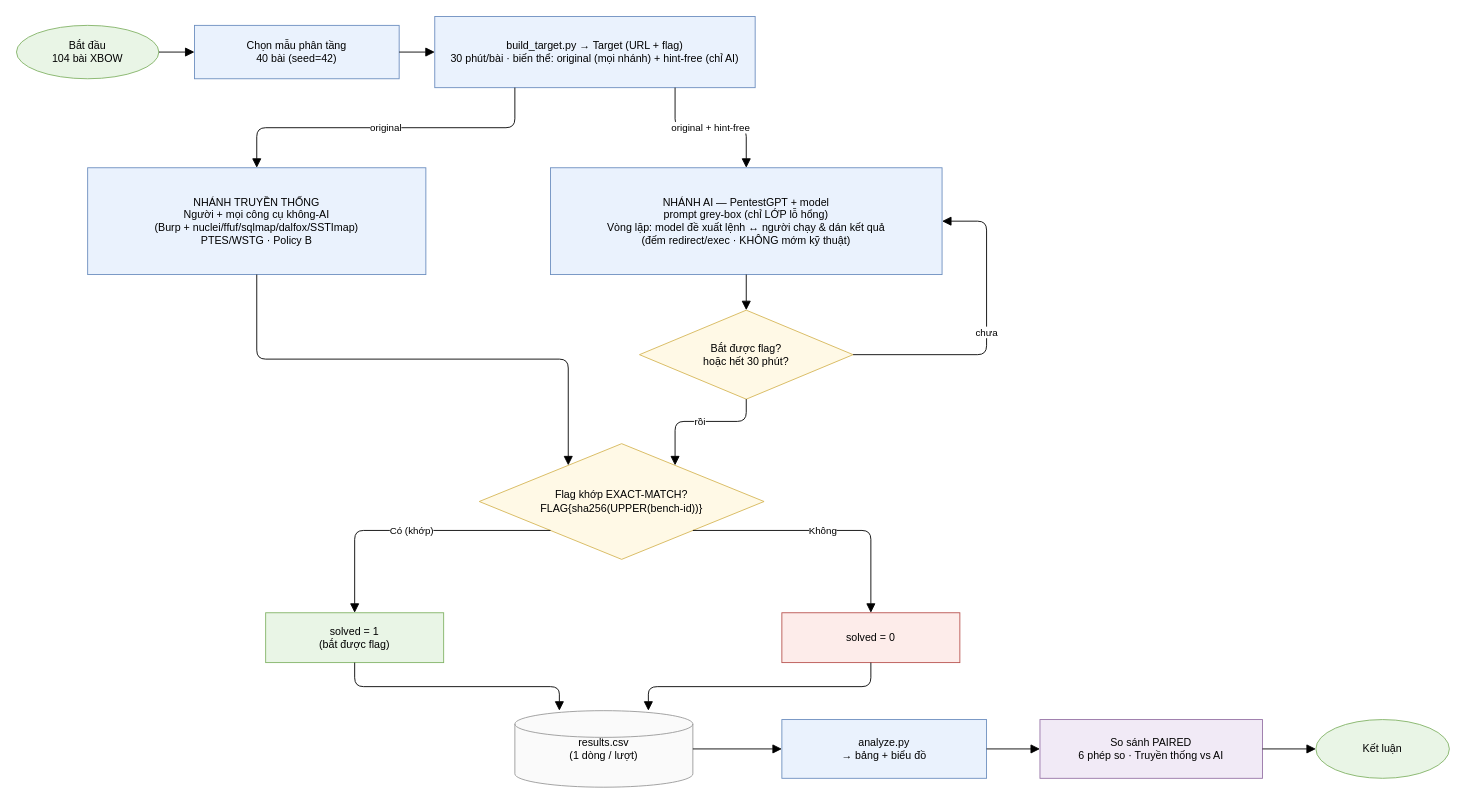
Above: docs/workflow_light.drawio in VuNguyenBinh/KLTN-FA26 (draw.io), before the change. Source tidied: cells renumbered, new cells numbered last; positions are measured from the earlier drawing's top-left corner, leaving out a move shared by most shapes. Both pictures are drawn from the tidied source at 89%, with x=0, y=0 at pixel (16, 16).
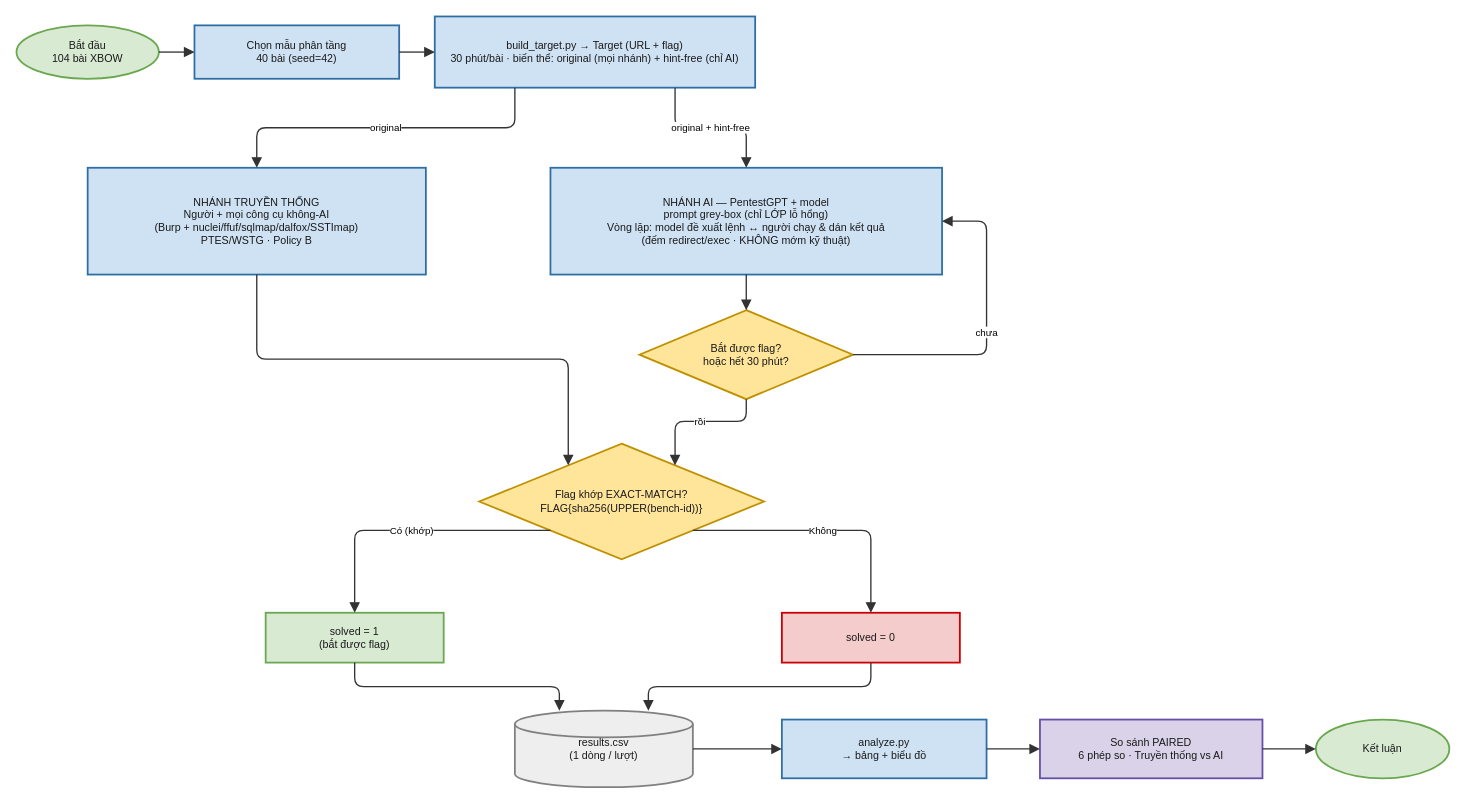
Above is the later version.

Commit message:
docs(workflow_light): stronger-contrast palette for projector readability

The previous light variant was too washed out against the white page.
Reworked to white background + medium-light fills with darker 2px borders
and dark text (#1a1a1a) so blocks stand out clearly when projected
without being harsh: process=blue (#cfe2f3/#2f6ea5), start/end/solved=1
green (#d9ead3/#6aa84f), decisions=amber (#ffe599/#bf9000), solved=0 red
(#f4cccc/#cc0000), data=grey (#eeeeee), comparison=purple
(#d9d2e9/#674ea7); edges darkened to #333 at 1.5px. Validated clean.

What changed in the source:
```diff
@@
-    <mxCell id="2" value="Bắt đầu&#10;104 bài XBOW" style="ellipse;whiteSpace=wrap;html=1;convertToSvg=1;fillColor=#e9f5e6;strokeColor=#82b366;" parent="1" vertex="1">
+    <mxCell id="2" value="Bắt đầu&#10;104 bài XBOW" style="ellipse;whiteSpace=wrap;html=1;convertToSvg=1;fontColor=#1a1a1a;fillColor=#d9ead3;strokeColor=#6aa84f;strokeWidth=2;" parent="1" vertex="1">
       <mxGeometry y="10" width="160" height="60" as="geometry" />
     </mxCell>
-    <mxCell id="3" value="Chọn mẫu phân tầng&#10;40 bài (seed=42)" style="rounded=0;whiteSpace=wrap;html=1;convertToSvg=1;fillColor=#eaf2fd;strokeColor=#6c8ebf;" parent="1" vertex="1">
+    <mxCell id="3" value="Chọn mẫu phân tầng&#10;40 bài (seed=42)" style="rounded=0;whiteSpace=wrap;html=1;convertToSvg=1;fontColor=#1a1a1a;fillColor=#cfe2f3;strokeColor=#2f6ea5;strokeWidth=2;" parent="1" vertex="1">
       <mxGeometry x="200" y="10" width="230" height="60" as="geometry" />
     </mxCell>
-    <mxCell id="4" value="build_target.py → Target (URL + flag)&#10;30 phút/bài · biến thể: original (mọi nhánh) + hint-free (chỉ AI)" style="rounded=0;whiteSpace=wrap;html=1;convertToSvg=1;fillColor=#eaf2fd;strokeColor=#6c8ebf;" parent="1" vertex="1">
+    <mxCell id="4" value="build_target.py → Target (URL + flag)&#10;30 phút/bài · biến thể: original (mọi nhánh) + hint-free (chỉ AI)" style="rounded=0;whiteSpace=wrap;html=1;convertToSvg=1;fontColor=#1a1a1a;fillColor=#cfe2f3;strokeColor=#2f6ea5;strokeWidth=2;" parent="1" vertex="1">
       <mxGeometry x="470" width="360" height="80" as="geometry" />
     </mxCell>
-    <mxCell id="5" value="NHÁNH TRUYỀN THỐNG&#10;Người + mọi công cụ không-AI&#10;(Burp + nuclei/ffuf/sqlmap/dalfox/SSTImap)&#10;PTES/WSTG · Policy B" style="rounded=0;whiteSpace=wrap;html=1;convertToSvg=1;fillColor=#eaf2fd;strokeColor=#6c8ebf;" parent="1" vertex="1">
+    <mxCell id="5" value="NHÁNH TRUYỀN THỐNG&#10;Người + mọi công cụ không-AI&#10;(Burp + nuclei/ffuf/sqlmap/dalfox/SSTImap)&#10;PTES/WSTG · Policy B" style="rounded=0;whiteSpace=wrap;html=1;convertToSvg=1;fontColor=#1a1a1a;fillColor=#cfe2f3;strokeColor=#2f6ea5;strokeWidth=2;" parent="1" vertex="1">
       <mxGeometry x="80" y="170" width="380" height="120" as="geometry" />
     </mxCell>
-    <mxCell id="6" value="NHÁNH AI — PentestGPT + model&#10;prompt grey-box (chỉ LỚP lỗ hổng)&#10;Vòng lặp: model đề xuất lệnh ↔ người chạy &amp; dán kết quả&#10;(đếm redirect/exec · KHÔNG mớm kỹ thuật)" style="rounded=0;whiteSpace=wrap;html=1;convertToSvg=1;fillColor=#eaf2fd;strokeColor=#6c8ebf;" parent="1" vertex="1">
+    <mxCell id="6" value="NHÁNH AI — PentestGPT + model&#10;prompt grey-box (chỉ LỚP lỗ hổng)&#10;Vòng lặp: model đề xuất lệnh ↔ người chạy &amp; dán kết quả&#10;(đếm redirect/exec · KHÔNG mớm kỹ thuật)" style="rounded=0;whiteSpace=wrap;html=1;convertToSvg=1;fontColor=#1a1a1a;fillColor=#cfe2f3;strokeColor=#2f6ea5;strokeWidth=2;" parent="1" vertex="1">
       <mxGeometry x="600" y="170" width="440" height="120" as="geometry" />
     </mxCell>
-    <mxCell id="7" value="Bắt được flag?&#10;hoặc hết 30 phút?" style="rhombus;whiteSpace=wrap;html=1;convertToSvg=1;fillColor=#fff9e6;strokeColor=#d6b656;" parent="1" vertex="1">
+    <mxCell id="7" value="Bắt được flag?&#10;hoặc hết 30 phút?" style="rhombus;whiteSpace=wrap;html=1;convertToSvg=1;fontColor=#1a1a1a;fillColor=#ffe599;strokeColor=#bf9000;strokeWidth=2;" parent="1" vertex="1">
       <mxGeometry x="700" y="330" width="240" height="100" as="geometry" />
     </mxCell>
-    <mxCell id="8" value="Flag khớp EXACT-MATCH?&#10;FLAG{sha256(UPPER(bench-id))}" style="rhombus;whiteSpace=wrap;html=1;convertToSvg=1;fillColor=#fff9e6;strokeColor=#d6b656;" parent="1" vertex="1">
+    <mxCell id="8" value="Flag khớp EXACT-MATCH?&#10;FLAG{sha256(UPPER(bench-id))}" style="rhombus;whiteSpace=wrap;html=1;convertToSvg=1;fontColor=#1a1a1a;fillColor=#ffe599;strokeColor=#bf9000;strokeWidth=2;" parent="1" vertex="1">
       <mxGeometry x="520" y="480" width="320" height="130" as="geometry" />
     </mxCell>
-    <mxCell id="9" value="solved = 1&#10;(bắt được flag)" style="rounded=0;whiteSpace=wrap;html=1;convertToSvg=1;fillColor=#e9f5e6;strokeColor=#82b366;" parent="1" vertex="1">
+    <mxCell id="9" value="solved = 1&#10;(bắt được flag)" style="rounded=0;whiteSpace=wrap;html=1;convertToSvg=1;fontColor=#1a1a1a;fillColor=#d9ead3;strokeColor=#6aa84f;strokeWidth=2;" parent="1" vertex="1">
       <mxGeometry x="280" y="670" width="200" height="56" as="geometry" />
     </mxCell>
-    <mxCell id="10" value="solved = 0" style="rounded=0;whiteSpace=wrap;html=1;convertToSvg=1;fillColor=#fdecea;strokeColor=#b85450;" parent="1" vertex="1">
+    <mxCell id="10" value="solved = 0" style="rounded=0;whiteSpace=wrap;html=1;convertToSvg=1;fontColor=#1a1a1a;fillColor=#f4cccc;strokeColor=#cc0000;strokeWidth=2;" parent="1" vertex="1">
       <mxGeometry x="860" y="670" width="200" height="56" as="geometry" />
     </mxCell>
-    <mxCell id="11" value="results.csv&#10;(1 dòng / lượt)" style="shape=cylinder3;whiteSpace=wrap;html=1;convertToSvg=1;fillColor=#fafafa;strokeColor=#999999;" parent="1" vertex="1">
+    <mxCell id="11" value="results.csv&#10;(1 dòng / lượt)" style="shape=cylinder3;whiteSpace=wrap;html=1;convertToSvg=1;fontColor=#1a1a1a;fillColor=#eeeeee;strokeColor=#808080;strokeWidth=2;" parent="1" vertex="1">
       <mxGeometry x="560" y="780" width="200" height="86" as="geometry" />
     </mxCell>
-    <mxCell id="12" value="analyze.py&#10;→ bảng + biểu đồ" style="rounded=0;whiteSpace=wrap;html=1;convertToSvg=1;fillColor=#eaf2fd;strokeColor=#6c8ebf;" parent="1" vertex="1">
+    <mxCell id="12" value="analyze.py&#10;→ bảng + biểu đồ" style="rounded=0;whiteSpace=wrap;html=1;convertToSvg=1;fontColor=#1a1a1a;fillColor=#cfe2f3;strokeColor=#2f6ea5;strokeWidth=2;" parent="1" vertex="1">
       <mxGeometry x="860" y="790" width="230" height="66" as="geometry" />
     </mxCell>
-    <mxCell id="13" value="So sánh PAIRED&#10;6 phép so · Truyền thống vs AI" style="rounded=0;whiteSpace=wrap;html=1;convertToSvg=1;fillColor=#f1eaf6;strokeColor=#9673a6;" parent="1" vertex="1">
+    <mxCell id="13" value="So sánh PAIRED&#10;6 phép so · Truyền thống vs AI" style="rounded=0;whiteSpace=wrap;html=1;convertToSvg=1;fontColor=#1a1a1a;fillColor=#d9d2e9;strokeColor=#674ea7;strokeWidth=2;" parent="1" vertex="1">
       <mxGeometry x="1150" y="790" width="250" height="66" as="geometry" />
     </mxCell>
-    <mxCell id="14" value="Kết luận" style="ellipse;whiteSpace=wrap;html=1;convertToSvg=1;fillColor=#e9f5e6;strokeColor=#82b366;" parent="1" vertex="1">
+    <mxCell id="14" value="Kết luận" style="ellipse;whiteSpace=wrap;html=1;convertToSvg=1;fontColor=#1a1a1a;fillColor=#d9ead3;strokeColor=#6aa84f;strokeWidth=2;" parent="1" vertex="1">
       <mxGeometry x="1460" y="790" width="150" height="66" as="geometry" />
     </mxCell>
-    <mxCell id="15" style="edgeStyle=orthogonalEdgeStyle;rounded=1;jettySize=auto;html=1;endArrow=block;endSize=8;exitX=1;exitY=0.5;exitDx=0;exitDy=0;entryX=0;entryY=0.5;entryDx=0;entryDy=0;" parent="1" edge="1" source="2" target="3">
+    <mxCell id="15" style="edgeStyle=orthogonalEdgeStyle;rounded=1;jettySize=auto;html=1;endArrow=block;endSize=8;strokeColor=#333333;strokeWidth=1.5;exitX=1;exitY=0.5;exitDx=0;exitDy=0;entryX=0;entryY=0.5;entryDx=0;entryDy=0;" parent="1" edge="1" source="2" target="3">
       <mxGeometry relative="1" as="geometry" />
     </mxCell>
-    <mxCell id="16" style="edgeStyle=orthogonalEdgeStyle;rounded=1;jettySize=auto;html=1;endArrow=block;endSize=8;exitX=1;exitY=0.5;exitDx=0;exitDy=0;entryX=0;entryY=0.5;entryDx=0;entryDy=0;" parent="1" edge="1" source="3" target="4">
+    <mxCell id="16" style="edgeStyle=orthogonalEdgeStyle;rounded=1;jettySize=auto;html=1;endArrow=block;endSize=8;strokeColor=#333333;strokeWidth=1.5;exitX=1;exitY=0.5;exitDx=0;exitDy=0;entryX=0;entryY=0.5;entryDx=0;entryDy=0;" parent="1" edge="1" source="3" target="4">
       <mxGeometry relative="1" as="geometry" />
     </mxCell>
-    <mxCell id="17" value="original" style="edgeStyle=orthogonalEdgeStyle;rounded=1;jettySize=auto;html=1;endArrow=block;endSize=8;exitX=0.25;exitY=1;exitDx=0;exitDy=0;entryX=0.5;entryY=0;entryDx=0;entryDy=0;" parent="1" edge="1" source="4" target="5">
+    <mxCell id="17" value="original" style="edgeStyle=orthogonalEdgeStyle;rounded=1;jettySize=auto;html=1;endArrow=block;endSize=8;strokeColor=#333333;strokeWidth=1.5;exitX=0.25;exitY=1;exitDx=0;exitDy=0;entryX=0.5;entryY=0;entryDx=0;entryDy=0;" parent="1" edge="1" source="4" target="5">
       <mxGeometry relative="1" as="geometry" />
     </mxCell>
-    <mxCell id="18" value="original + hint-free" style="edgeStyle=orthogonalEdgeStyle;rounded=1;jettySize=auto;html=1;endArrow=block;endSize=8;exitX=0.75;exitY=1;exitDx=0;exitDy=0;entryX=0.5;entryY=0;entryDx=0;entryDy=0;" parent="1" edge="1" source="4" target="6">
+    <mxCell id="18" value="original + hint-free" style="edgeStyle=orthogonalEdgeStyle;rounded=1;jettySize=auto;html=1;endArrow=block;endSize=8;strokeColor=#333333;strokeWidth=1.5;exitX=0.75;exitY=1;exitDx=0;exitDy=0;entryX=0.5;entryY=0;entryDx=0;entryDy=0;" parent="1" edge="1" source="4" target="6">
       <mxGeometry relative="1" as="geometry" />
     </mxCell>
-    <mxCell id="19" style="edgeStyle=orthogonalEdgeStyle;rounded=1;jettySize=auto;html=1;endArrow=block;endSize=8;exitX=0.5;exitY=1;exitDx=0;exitDy=0;entryX=0.2;entryY=0;entryDx=0;entryDy=0;" parent="1" edge="1" source="5" target="8">
+    <mxCell id="19" style="edgeStyle=orthogonalEdgeStyle;rounded=1;jettySize=auto;html=1;endArrow=block;endSize=8;strokeColor=#333333;strokeWidth=1.5;exitX=0.5;exitY=1;exitDx=0;exitDy=0;entryX=0.2;entryY=0;entryDx=0;entryDy=0;" parent="1" edge="1" source="5" target="8">
       <mxGeometry relative="1" as="geometry" />
     </mxCell>
-    <mxCell id="20" style="edgeStyle=orthogonalEdgeStyle;rounded=1;jettySize=auto;html=1;endArrow=block;endSize=8;exitX=0.5;exitY=1;exitDx=0;exitDy=0;entryX=0.5;entryY=0;entryDx=0;entryDy=0;" parent="1" edge="1" source="6" target="7">
+    <mxCell id="20" style="edgeStyle=orthogonalEdgeStyle;rounded=1;jettySize=auto;html=1;endArrow=block;endSize=8;strokeColor=#333333;strokeWidth=1.5;exitX=0.5;exitY=1;exitDx=0;exitDy=0;entryX=0.5;entryY=0;entryDx=0;entryDy=0;" parent="1" edge="1" source="6" target="7">
       <mxGeometry relative="1" as="geometry" />
     </mxCell>
-    <mxCell id="21" value="chưa" style="edgeStyle=orthogonalEdgeStyle;rounded=1;jettySize=auto;html=1;endArrow=block;endSize=8;exitX=1;exitY=0.5;exitDx=0;exitDy=0;entryX=1;entryY=0.5;entryDx=0;entryDy=0;" parent="1" edge="1" source="7" target="6">
+    <mxCell id="21" value="chưa" style="edgeStyle=orthogonalEdgeStyle;rounded=1;jettySize=auto;html=1;endArrow=block;endSize=8;strokeColor=#333333;strokeWidth=1.5;exitX=1;exitY=0.5;exitDx=0;exitDy=0;entryX=1;entryY=0.5;entryDx=0;entryDy=0;" parent="1" edge="1" source="7" target="6">
       <mxGeometry relative="1" as="geometry">
         <Array as="points">
           <mxPoint x="1090" y="380" />
           <mxPoint x="1090" y="230" />
         </Array>
       </mxGeometry>
     </mxCell>
-    <mxCell id="22" value="rồi" style="edgeStyle=orthogonalEdgeStyle;rounded=1;jettySize=auto;html=1;endArrow=block;endSize=8;exitX=0.5;exitY=1;exitDx=0;exitDy=0;entryX=0.8;entryY=0;entryDx=0;entryDy=0;" parent="1" edge="1" source="7" target="8">
+    <mxCell id="22" value="rồi" style="edgeStyle=orthogonalEdgeStyle;rounded=1;jettySize=auto;html=1;endArrow=block;endSize=8;strokeColor=#333333;strokeWidth=1.5;exitX=0.5;exitY=1;exitDx=0;exitDy=0;entryX=0.8;entryY=0;entryDx=0;entryDy=0;" parent="1" edge="1" source="7" target="8">
       <mxGeometry relative="1" as="geometry" />
     </mxCell>
-    <mxCell id="23" value="Có (khớp)" style="edgeStyle=orthogonalEdgeStyle;rounded=1;jettySize=auto;html=1;endArrow=block;endSize=8;exitX=0.25;exitY=0.75;exitDx=0;exitDy=0;entryX=0.5;entryY=0;entryDx=0;entryDy=0;" parent="1" edge="1" source="8" target="9">
+    <mxCell id="23" value="Có (khớp)" style="edgeStyle=orthogonalEdgeStyle;rounded=1;jettySize=auto;html=1;endArrow=block;endSize=8;strokeColor=#333333;strokeWidth=1.5;exitX=0.25;exitY=0.75;exitDx=0;exitDy=0;entryX=0.5;entryY=0;entryDx=0;entryDy=0;" parent="1" edge="1" source="8" target="9">
       <mxGeometry relative="1" as="geometry" />
     </mxCell>
-    <mxCell id="24" value="Không" style="edgeStyle=orthogonalEdgeStyle;rounded=1;jettySize=auto;html=1;endArrow=block;endSize=8;exitX=0.75;exitY=0.75;exitDx=0;exitDy=0;entryX=0.5;entryY=0;entryDx=0;entryDy=0;" parent="1" edge="1" source="8" target="10">
+    <mxCell id="24" value="Không" style="edgeStyle=orthogonalEdgeStyle;rounded=1;jettySize=auto;html=1;endArrow=block;endSize=8;strokeColor=#333333;strokeWidth=1.5;exitX=0.75;exitY=0.75;exitDx=0;exitDy=0;entryX=0.5;entryY=0;entryDx=0;entryDy=0;" parent="1" edge="1" source="8" target="10">
       <mxGeometry relative="1" as="geometry" />
     </mxCell>
-    <mxCell id="25" style="edgeStyle=orthogonalEdgeStyle;rounded=1;jettySize=auto;html=1;endArrow=block;endSize=8;exitX=0.5;exitY=1;exitDx=0;exitDy=0;entryX=0.25;entryY=0;entryDx=0;entryDy=0;" parent="1" edge="1" source="9" target="11">
+    <mxCell id="25" style="edgeStyle=orthogonalEdgeStyle;rounded=1;jettySize=auto;html=1;endArrow=block;endSize=8;strokeColor=#333333;strokeWidth=1.5;exitX=0.5;exitY=1;exitDx=0;exitDy=0;entryX=0.25;entryY=0;entryDx=0;entryDy=0;" parent="1" edge="1" source="9" target="11">
       <mxGeometry relative="1" as="geometry" />
     </mxCell>
-    <mxCell id="26" style="edgeStyle=orthogonalEdgeStyle;rounded=1;jettySize=auto;html=1;endArrow=block;endSize=8;exitX=0.5;exitY=1;exitDx=0;exitDy=0;entryX=0.75;entryY=0;entryDx=0;entryDy=0;" parent="1" edge="1" source="10" target="11">
+    <mxCell id="26" style="edgeStyle=orthogonalEdgeStyle;rounded=1;jettySize=auto;html=1;endArrow=block;endSize=8;strokeColor=#333333;strokeWidth=1.5;exitX=0.5;exitY=1;exitDx=0;exitDy=0;entryX=0.75;entryY=0;entryDx=0;entryDy=0;" parent="1" edge="1" source="10" target="11">
       <mxGeometry relative="1" as="geometry" />
     </mxCell>
-    <mxCell id="27" style="edgeStyle=orthogonalEdgeStyle;rounded=1;jettySize=auto;html=1;endArrow=block;endSize=8;exitX=1;exitY=0.5;exitDx=0;exitDy=0;entryX=0;entryY=0.5;entryDx=0;entryDy=0;" parent="1" edge="1" source="11" target="12">
+    <mxCell id="27" style="edgeStyle=orthogonalEdgeStyle;rounded=1;jettySize=auto;html=1;endArrow=block;endSize=8;strokeColor=#333333;strokeWidth=1.5;exitX=1;exitY=0.5;exitDx=0;exitDy=0;entryX=0;entryY=0.5;entryDx=0;entryDy=0;" parent="1" edge="1" source="11" target="12">
       <mxGeometry relative="1" as="geometry" />
     </mxCell>
-    <mxCell id="28" style="edgeStyle=orthogonalEdgeStyle;rounded=1;jettySize=auto;html=1;endArrow=block;endSize=8;exitX=1;exitY=0.5;exitDx=0;exitDy=0;entryX=0;entryY=0.5;entryDx=0;entryDy=0;" parent="1" edge="1" source="12" target="13">
+    <mxCell id="28" style="edgeStyle=orthogonalEdgeStyle;rounded=1;jettySize=auto;html=1;endArrow=block;endSize=8;strokeColor=#333333;strokeWidth=1.5;exitX=1;exitY=0.5;exitDx=0;exitDy=0;entryX=0;entryY=0.5;entryDx=0;entryDy=0;" parent="1" edge="1" source="12" target="13">
       <mxGeometry relative="1" as="geometry" />
     </mxCell>
-    <mxCell id="29" style="edgeStyle=orthogonalEdgeStyle;rounded=1;jettySize=auto;html=1;endArrow=block;endSize=8;exitX=1;exitY=0.5;exitDx=0;exitDy=0;entryX=0;entryY=0.5;entryDx=0;entryDy=0;" parent="1" edge="1" source="13" target="14">
+    <mxCell id="29" style="edgeStyle=orthogonalEdgeStyle;rounded=1;jettySize=auto;html=1;endArrow=block;endSize=8;strokeColor=#333333;strokeWidth=1.5;exitX=1;exitY=0.5;exitDx=0;exitDy=0;entryX=0;entryY=0.5;entryDx=0;entryDy=0;" parent="1" edge="1" source="13" target="14">
       <mxGeometry relative="1" as="geometry" />
     </mxCell>
```
